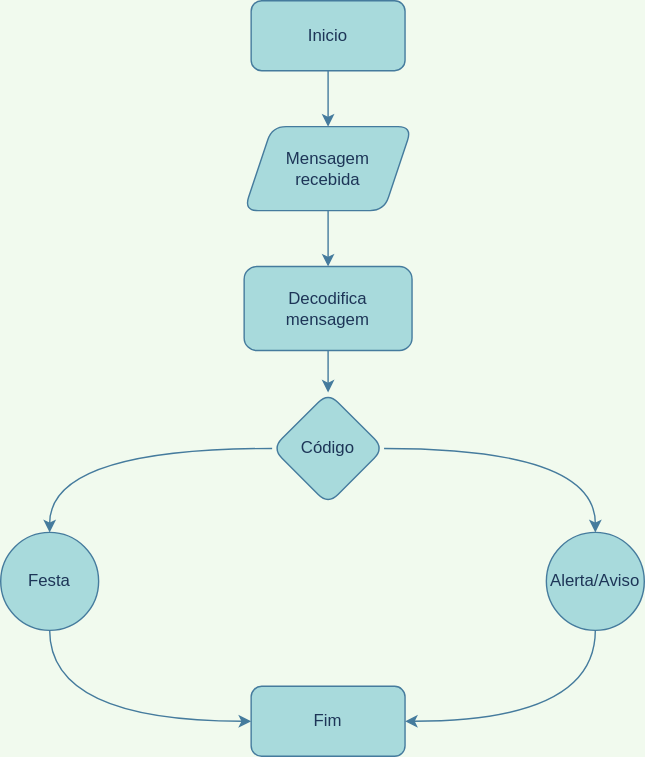
The draw.io diagram 2022.2/smart_bangle/alg_sem_fio.drawio.svg in teaching-FEEC/ea075, before a commit. Source tidied: cells renumbered, new cells last; positions are measured from the earlier drawing's top-left corner, leaving out a move shared by most shapes.
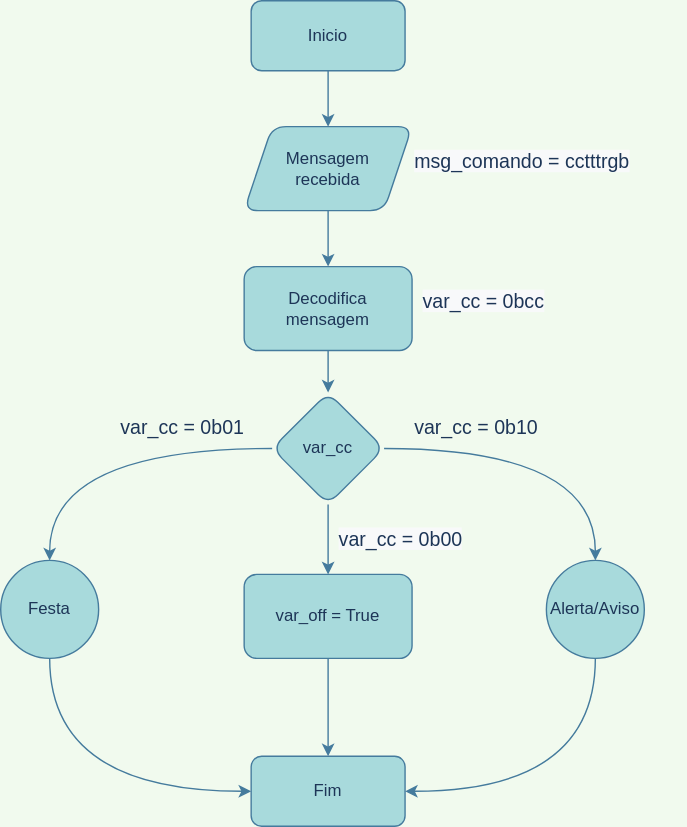
The same diagram one commit later.

The edit, as a diff of the source:
```diff
@@ -2,55 +2,79 @@
   <root>
     <mxCell id="0" />
     <mxCell id="1" parent="0" />
-    <mxCell id="2" style="edgeStyle=orthogonalEdgeStyle;rounded=1;jettySize=auto;html=1;entryX=0.5;entryY=0;entryDx=0;entryDy=0;strokeColor=#457B9D;curved=1;labelBackgroundColor=#F1FAEE;fontColor=#1D3557;" parent="1" edge="1" source="3" target="5">
+    <mxCell id="2" style="edgeStyle=orthogonalEdgeStyle;rounded=1;jettySize=auto;html=1;entryX=0.5;entryY=0;entryDx=0;entryDy=0;strokeColor=#457B9D;labelBackgroundColor=#F1FAEE;fontColor=#1D3557;curved=1;" parent="1" edge="1" source="3" target="5">
       <mxGeometry relative="1" as="geometry" />
     </mxCell>
     <mxCell id="3" value="Inicio" style="rounded=1;whiteSpace=wrap;html=1;fillColor=#A8DADC;strokeColor=#457B9D;fontColor=#1D3557;" parent="1" vertex="1">
       <mxGeometry x="179" width="110" height="50" as="geometry" />
     </mxCell>
-    <mxCell id="4" style="edgeStyle=orthogonalEdgeStyle;rounded=1;jettySize=auto;html=1;entryX=0.5;entryY=0;entryDx=0;entryDy=0;strokeColor=#457B9D;curved=1;labelBackgroundColor=#F1FAEE;fontColor=#1D3557;" parent="1" edge="1" source="5" target="7">
+    <mxCell id="4" style="edgeStyle=orthogonalEdgeStyle;rounded=1;jettySize=auto;html=1;entryX=0.5;entryY=0;entryDx=0;entryDy=0;strokeColor=#457B9D;labelBackgroundColor=#F1FAEE;fontColor=#1D3557;curved=1;" parent="1" edge="1" source="5" target="7">
       <mxGeometry relative="1" as="geometry" />
     </mxCell>
     <mxCell id="5" value="Mensagem &lt;br&gt;recebida" style="shape=parallelogram;perimeter=parallelogramPerimeter;whiteSpace=wrap;html=1;fixedSize=1;fillColor=#A8DADC;strokeColor=#457B9D;fontColor=#1D3557;rounded=1;" parent="1" vertex="1">
       <mxGeometry x="174" y="90" width="120" height="60" as="geometry" />
     </mxCell>
-    <mxCell id="6" style="edgeStyle=orthogonalEdgeStyle;rounded=1;jettySize=auto;html=1;entryX=0.5;entryY=0;entryDx=0;entryDy=0;strokeColor=#457B9D;curved=1;labelBackgroundColor=#F1FAEE;fontColor=#1D3557;" parent="1" edge="1" source="7" target="10">
+    <mxCell id="6" style="edgeStyle=orthogonalEdgeStyle;rounded=1;jettySize=auto;html=1;entryX=0.5;entryY=0;entryDx=0;entryDy=0;strokeColor=#457B9D;labelBackgroundColor=#F1FAEE;fontColor=#1D3557;curved=1;" parent="1" edge="1" source="7" target="10">
       <mxGeometry relative="1" as="geometry" />
     </mxCell>
     <mxCell id="7" value="Decodifica mensagem" style="whiteSpace=wrap;html=1;strokeColor=#457B9D;fontColor=#1D3557;fillColor=#A8DADC;rounded=1;" parent="1" vertex="1">
       <mxGeometry x="174" y="190" width="120" height="60" as="geometry" />
     </mxCell>
-    <mxCell id="8" style="edgeStyle=orthogonalEdgeStyle;rounded=1;jettySize=auto;html=1;entryX=0.5;entryY=0;entryDx=0;entryDy=0;strokeColor=#457B9D;curved=1;labelBackgroundColor=#F1FAEE;fontColor=#1D3557;" parent="1" edge="1" source="10" target="12">
+    <mxCell id="8" style="edgeStyle=orthogonalEdgeStyle;rounded=1;jettySize=auto;html=1;entryX=0.5;entryY=0;entryDx=0;entryDy=0;strokeColor=#457B9D;labelBackgroundColor=#F1FAEE;fontColor=#1D3557;curved=1;" parent="1" edge="1" source="10" target="12">
       <mxGeometry relative="1" as="geometry" />
     </mxCell>
-    <mxCell id="9" style="edgeStyle=orthogonalEdgeStyle;rounded=1;jettySize=auto;html=1;entryX=0.5;entryY=0;entryDx=0;entryDy=0;strokeColor=#457B9D;curved=1;labelBackgroundColor=#F1FAEE;fontColor=#1D3557;" parent="1" edge="1" source="10" target="14">
+    <mxCell id="9" style="edgeStyle=orthogonalEdgeStyle;rounded=0;jettySize=auto;html=1;entryX=0.5;entryY=0;entryDx=0;entryDy=0;strokeColor=#457B9D;fontColor=#1D3557;fillColor=#A8DADC;curved=1;" parent="1" edge="1" source="10" target="14">
       <mxGeometry relative="1" as="geometry" />
     </mxCell>
+    <mxCell id="16" style="edgeStyle=orthogonalEdgeStyle;curved=1;rounded=0;jettySize=auto;html=1;entryX=0.5;entryY=0;entryDx=0;entryDy=0;strokeColor=#457B9D;fontColor=#1D3557;fillColor=#A8DADC;" parent="1" edge="1" source="10" target="20">
+      <mxGeometry relative="1" as="geometry" />
+    </mxCell>
-    <mxCell id="10" value="Código" style="rhombus;whiteSpace=wrap;html=1;strokeColor=#457B9D;fontColor=#1D3557;fillColor=#A8DADC;rounded=1;" parent="1" vertex="1">
+    <mxCell id="10" value="var_cc" style="rhombus;whiteSpace=wrap;html=1;strokeColor=#457B9D;fontColor=#1D3557;fillColor=#A8DADC;rounded=1;" parent="1" vertex="1">
       <mxGeometry x="194" y="280" width="80" height="80" as="geometry" />
     </mxCell>
-    <mxCell id="11" style="edgeStyle=orthogonalEdgeStyle;rounded=1;jettySize=auto;html=1;entryX=1;entryY=0.5;entryDx=0;entryDy=0;strokeColor=#457B9D;curved=1;labelBackgroundColor=#F1FAEE;fontColor=#1D3557;" parent="1" edge="1" source="12" target="15">
+    <mxCell id="11" style="edgeStyle=orthogonalEdgeStyle;curved=1;rounded=0;jettySize=auto;html=1;entryX=1;entryY=0.5;entryDx=0;entryDy=0;strokeColor=#457B9D;fontColor=#1D3557;fillColor=#A8DADC;" parent="1" edge="1" source="12" target="15">
       <mxGeometry relative="1" as="geometry">
         <Array as="points">
-          <mxPoint x="425" y="515" />
+          <mxPoint x="425" y="565" />
         </Array>
       </mxGeometry>
     </mxCell>
     <mxCell id="12" value="Alerta/Aviso" style="ellipse;whiteSpace=wrap;html=1;strokeColor=#457B9D;fontColor=#1D3557;fillColor=#A8DADC;rounded=1;" parent="1" vertex="1">
-      <mxGeometry x="390" y="380" width="70" height="70" as="geometry" />
+      <mxGeometry x="390" y="400" width="70" height="70" as="geometry" />
     </mxCell>
-    <mxCell id="13" style="edgeStyle=orthogonalEdgeStyle;rounded=1;jettySize=auto;html=1;entryX=0;entryY=0.5;entryDx=0;entryDy=0;strokeColor=#457B9D;curved=1;labelBackgroundColor=#F1FAEE;fontColor=#1D3557;" parent="1" edge="1" source="14" target="15">
+    <mxCell id="13" style="edgeStyle=orthogonalEdgeStyle;curved=1;rounded=0;jettySize=auto;html=1;entryX=0;entryY=0.5;entryDx=0;entryDy=0;strokeColor=#457B9D;fontColor=#1D3557;fillColor=#A8DADC;" parent="1" edge="1" source="14" target="15">
       <mxGeometry relative="1" as="geometry">
         <Array as="points">
-          <mxPoint x="35" y="515" />
+          <mxPoint x="35" y="565" />
         </Array>
       </mxGeometry>
     </mxCell>
     <mxCell id="14" value="Festa" style="ellipse;whiteSpace=wrap;html=1;strokeColor=#457B9D;fontColor=#1D3557;fillColor=#A8DADC;rounded=1;" parent="1" vertex="1">
-      <mxGeometry y="380" width="70" height="70" as="geometry" />
+      <mxGeometry y="400" width="70" height="70" as="geometry" />
     </mxCell>
     <mxCell id="15" value="Fim" style="rounded=1;whiteSpace=wrap;html=1;fillColor=#A8DADC;strokeColor=#457B9D;fontColor=#1D3557;" parent="1" vertex="1">
-      <mxGeometry x="179" y="490" width="110" height="50" as="geometry" />
+      <mxGeometry x="179" y="540" width="110" height="50" as="geometry" />
     </mxCell>
+    <mxCell id="17" value="&lt;span style=&quot;color: rgb(29, 53, 87); font-family: Helvetica; font-size: 14px; font-style: normal; font-variant-ligatures: normal; font-variant-caps: normal; font-weight: 400; letter-spacing: normal; orphans: 2; text-align: center; text-indent: 0px; text-transform: none; widows: 2; word-spacing: 0px; -webkit-text-stroke-width: 0px; background-color: rgb(248, 249, 250); text-decoration-thickness: initial; text-decoration-style: initial; text-decoration-color: initial; float: none; display: inline !important;&quot;&gt;msg_comando = cctttrgb&lt;/span&gt;" style="text;whiteSpace=wrap;html=1;fontColor=#1D3557;rounded=1;" parent="1" vertex="1">
+      <mxGeometry x="294" y="100" width="190" height="40" as="geometry" />
+    </mxCell>
+    <mxCell id="18" value="&lt;span style=&quot;color: rgb(29, 53, 87); font-family: Helvetica; font-size: 14px; font-style: normal; font-variant-ligatures: normal; font-variant-caps: normal; font-weight: 400; letter-spacing: normal; orphans: 2; text-align: center; text-indent: 0px; text-transform: none; widows: 2; word-spacing: 0px; -webkit-text-stroke-width: 0px; background-color: rgb(248, 249, 250); text-decoration-thickness: initial; text-decoration-style: initial; text-decoration-color: initial; float: none; display: inline !important;&quot;&gt;var_cc = 0bcc&lt;/span&gt;" style="text;whiteSpace=wrap;html=1;fontColor=#1D3557;rounded=1;" parent="1" vertex="1">
+      <mxGeometry x="300" y="200" width="190" height="40" as="geometry" />
+    </mxCell>
+    <mxCell id="19" style="edgeStyle=orthogonalEdgeStyle;curved=1;rounded=0;jettySize=auto;html=1;entryX=0.5;entryY=0;entryDx=0;entryDy=0;strokeColor=#457B9D;fontColor=#1D3557;fillColor=#A8DADC;" parent="1" edge="1" source="20" target="15">
+      <mxGeometry relative="1" as="geometry" />
+    </mxCell>
+    <mxCell id="20" value="var_off = True" style="rounded=1;whiteSpace=wrap;html=1;strokeColor=#457B9D;fontColor=#1D3557;fillColor=#A8DADC;" parent="1" vertex="1">
+      <mxGeometry x="174" y="410" width="120" height="60" as="geometry" />
+    </mxCell>
+    <mxCell id="21" value="&lt;span style=&quot;color: rgb(29, 53, 87); font-family: Helvetica; font-size: 14px; font-style: normal; font-variant-ligatures: normal; font-variant-caps: normal; font-weight: 400; letter-spacing: normal; orphans: 2; text-align: center; text-indent: 0px; text-transform: none; widows: 2; word-spacing: 0px; -webkit-text-stroke-width: 0px; background-color: rgb(248, 249, 250); text-decoration-thickness: initial; text-decoration-style: initial; text-decoration-color: initial; float: none; display: inline !important;&quot;&gt;var_cc = 0b00&lt;br&gt;&lt;br&gt;&lt;/span&gt;" style="text;whiteSpace=wrap;html=1;fontColor=#1D3557;rounded=1;" parent="1" vertex="1">
+      <mxGeometry x="240" y="370" width="190" height="40" as="geometry" />
+    </mxCell>
+    <mxCell id="22" value="&lt;div style=&quot;text-align: center;&quot;&gt;&lt;span style=&quot;background-color: initial; font-size: 14px;&quot;&gt;var_cc = 0b01&lt;/span&gt;&lt;/div&gt;" style="text;whiteSpace=wrap;html=1;fontColor=#1D3557;rounded=1;" parent="1" vertex="1">
+      <mxGeometry x="84" y="290" width="110" height="30" as="geometry" />
+    </mxCell>
+    <mxCell id="23" value="&lt;div style=&quot;text-align: center;&quot;&gt;&lt;span style=&quot;background-color: initial; font-size: 14px;&quot;&gt;var_cc = 0b10&lt;/span&gt;&lt;/div&gt;" style="text;whiteSpace=wrap;html=1;fontColor=#1D3557;rounded=1;" parent="1" vertex="1">
+      <mxGeometry x="294" y="290" width="190" height="40" as="geometry" />
+    </mxCell>
   </root>
 </mxGraphModel>
```
